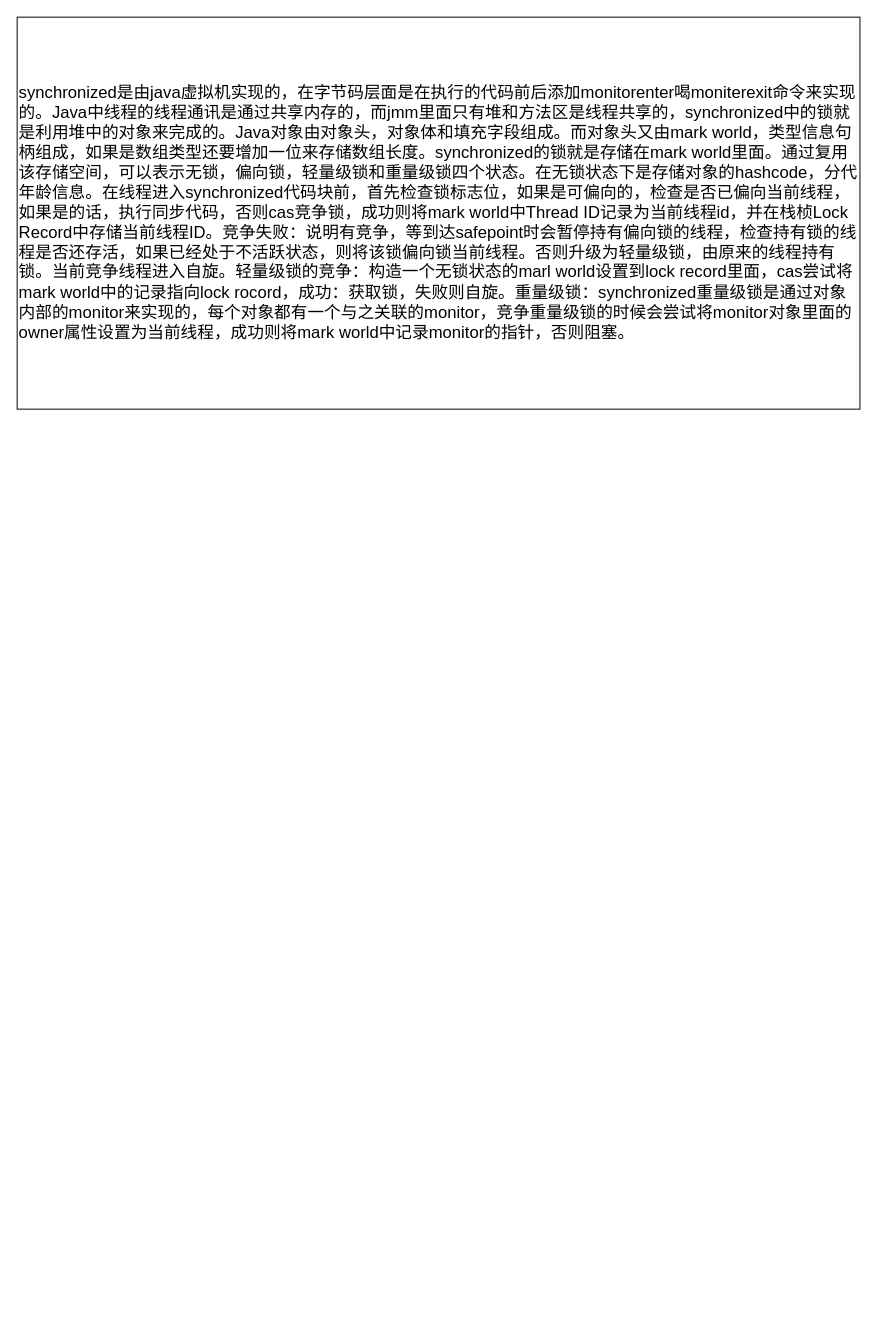
Earlier version of the draw.io diagram page "synchronized" (4 of 4) of graphics/ReentrantLock、synchronized&AQS.drawio (xiaomingcong/learnAlgorithm). Source tidied: cells renumbered, new cells numbered last; positions are measured from the earlier drawing's top-left corner, leaving out a move shared by most shapes. Both pictures are drawn from the tidied source at 98%, with x=0, y=0 at pixel (17, 17).
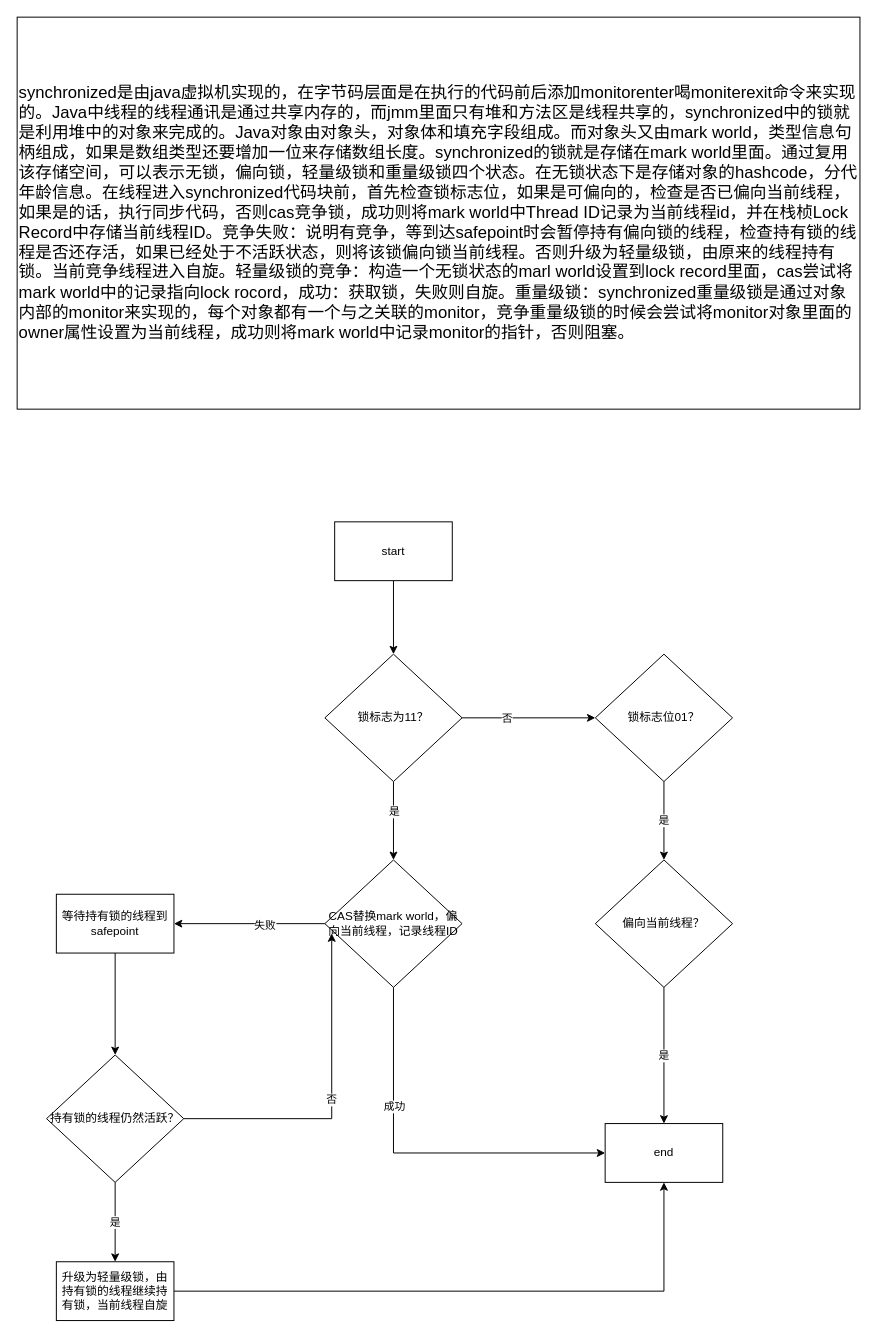
The same page after the edit.

The edit, as a diff of the source:
```diff
@@
+    <mxCell id="3" style="edgeStyle=orthogonalEdgeStyle;rounded=0;jettySize=auto;html=1;" parent="1" edge="1" source="4" target="9">
+      <mxGeometry relative="1" as="geometry" />
+    </mxCell>
+    <mxCell id="4" value="start" style="whiteSpace=wrap;html=1;" parent="1" vertex="1">
+      <mxGeometry x="324" y="515" width="120" height="60" as="geometry" />
+    </mxCell>
+    <mxCell id="5" style="edgeStyle=orthogonalEdgeStyle;rounded=0;jettySize=auto;html=1;entryX=0.5;entryY=0;entryDx=0;entryDy=0;" parent="1" edge="1" source="9" target="14">
+      <mxGeometry relative="1" as="geometry" />
+    </mxCell>
+    <mxCell id="6" value="是" style="edgeLabel;html=1;align=center;verticalAlign=middle;" parent="5" vertex="1">
+      <mxGeometry x="-0.25" relative="1" as="geometry" />
+    </mxCell>
+    <mxCell id="7" style="edgeStyle=orthogonalEdgeStyle;rounded=0;jettySize=auto;html=1;entryX=0;entryY=0.5;entryDx=0;entryDy=0;" parent="1" edge="1" source="9" target="16">
+      <mxGeometry relative="1" as="geometry" />
+    </mxCell>
+    <mxCell id="8" value="否" style="edgeLabel;html=1;align=center;verticalAlign=middle;" parent="7" vertex="1">
+      <mxGeometry x="-0.34" relative="1" as="geometry" />
+    </mxCell>
+    <mxCell id="9" value="锁标志为11？" style="rhombus;whiteSpace=wrap;html=1;fontFamily=Helvetica;fontSize=12;fontColor=default;" parent="1" vertex="1">
+      <mxGeometry x="314" y="650" width="140" height="130" as="geometry" />
+    </mxCell>
+    <mxCell id="10" style="edgeStyle=orthogonalEdgeStyle;rounded=0;jettySize=auto;html=1;entryX=0;entryY=0.5;entryDx=0;entryDy=0;" parent="1" edge="1" source="14" target="19">
+      <mxGeometry relative="1" as="geometry">
+        <Array as="points">
+          <mxPoint x="384" y="1159" />
+        </Array>
+      </mxGeometry>
+    </mxCell>
+    <mxCell id="11" value="成功" style="edgeLabel;html=1;align=center;verticalAlign=middle;" parent="10" vertex="1">
+      <mxGeometry x="-0.37" relative="1" as="geometry" />
+    </mxCell>
+    <mxCell id="12" style="edgeStyle=orthogonalEdgeStyle;rounded=0;jettySize=auto;html=1;entryX=1;entryY=0.5;entryDx=0;entryDy=0;" parent="1" edge="1" source="14" target="21">
+      <mxGeometry relative="1" as="geometry" />
+    </mxCell>
+    <mxCell id="13" value="失败" style="edgeLabel;html=1;align=center;verticalAlign=middle;" parent="12" vertex="1">
+      <mxGeometry x="-0.19" y="1" relative="1" as="geometry" />
+    </mxCell>
+    <mxCell id="14" value="CAS替换mark world，偏向当前线程，记录线程ID" style="rhombus;whiteSpace=wrap;html=1;fontFamily=Helvetica;fontSize=12;fontColor=default;" parent="1" vertex="1">
+      <mxGeometry x="314" y="860" width="140" height="130" as="geometry" />
+    </mxCell>
+    <mxCell id="15" value="是" style="edgeStyle=orthogonalEdgeStyle;rounded=0;jettySize=auto;html=1;entryX=0.5;entryY=0;entryDx=0;entryDy=0;" parent="1" edge="1" source="16" target="18">
+      <mxGeometry relative="1" as="geometry" />
+    </mxCell>
+    <mxCell id="16" value="锁标志位01？" style="rhombus;whiteSpace=wrap;html=1;fontFamily=Helvetica;fontSize=12;fontColor=default;" parent="1" vertex="1">
+      <mxGeometry x="590" y="650" width="140" height="130" as="geometry" />
+    </mxCell>
+    <mxCell id="17" value="是" style="edgeStyle=orthogonalEdgeStyle;rounded=0;jettySize=auto;html=1;entryX=0.5;entryY=0;entryDx=0;entryDy=0;" parent="1" edge="1" source="18" target="19">
+      <mxGeometry relative="1" as="geometry" />
+    </mxCell>
+    <mxCell id="18" value="偏向当前线程？" style="rhombus;whiteSpace=wrap;html=1;fontFamily=Helvetica;fontSize=12;fontColor=default;" parent="1" vertex="1">
+      <mxGeometry x="590" y="860" width="140" height="130" as="geometry" />
+    </mxCell>
+    <mxCell id="19" value="end" style="whiteSpace=wrap;html=1;" parent="1" vertex="1">
+      <mxGeometry x="600" y="1129" width="120" height="60" as="geometry" />
+    </mxCell>
+    <mxCell id="20" style="edgeStyle=orthogonalEdgeStyle;rounded=0;jettySize=auto;html=1;entryX=0.5;entryY=0;entryDx=0;entryDy=0;" parent="1" edge="1" source="21" target="24">
+      <mxGeometry relative="1" as="geometry" />
+    </mxCell>
+    <mxCell id="21" value="等待持有锁的线程到safepoint" style="whiteSpace=wrap;html=1;" parent="1" vertex="1">
+      <mxGeometry x="40" y="895" width="120" height="60" as="geometry" />
+    </mxCell>
+    <mxCell id="22" value="是" style="edgeStyle=orthogonalEdgeStyle;rounded=0;jettySize=auto;html=1;entryX=0.5;entryY=0;entryDx=0;entryDy=0;" parent="1" edge="1" source="24" target="26">
+      <mxGeometry relative="1" as="geometry" />
+    </mxCell>
+    <mxCell id="23" value="否" style="edgeStyle=orthogonalEdgeStyle;rounded=0;jettySize=auto;html=1;entryX=0.05;entryY=0.577;entryDx=0;entryDy=0;entryPerimeter=0;" parent="1" edge="1" source="24" target="14">
+      <mxGeometry relative="1" as="geometry">
+        <Array as="points">
+          <mxPoint x="321" y="1124" />
+        </Array>
+      </mxGeometry>
+    </mxCell>
+    <mxCell id="24" value="持有锁的线程仍然活跃？" style="rhombus;whiteSpace=wrap;html=1;fontFamily=Helvetica;fontSize=12;fontColor=default;" parent="1" vertex="1">
+      <mxGeometry x="30" y="1059" width="140" height="130" as="geometry" />
+    </mxCell>
+    <mxCell id="25" style="edgeStyle=orthogonalEdgeStyle;rounded=0;jettySize=auto;html=1;entryX=0.5;entryY=1;entryDx=0;entryDy=0;" parent="1" edge="1" source="26" target="19">
+      <mxGeometry relative="1" as="geometry" />
+    </mxCell>
+    <mxCell id="26" value="升级为轻量级锁，由持有锁的线程继续持有锁，当前线程自旋" style="whiteSpace=wrap;html=1;" parent="1" vertex="1">
+      <mxGeometry x="40" y="1270" width="120" height="60" as="geometry" />
+    </mxCell>
```
